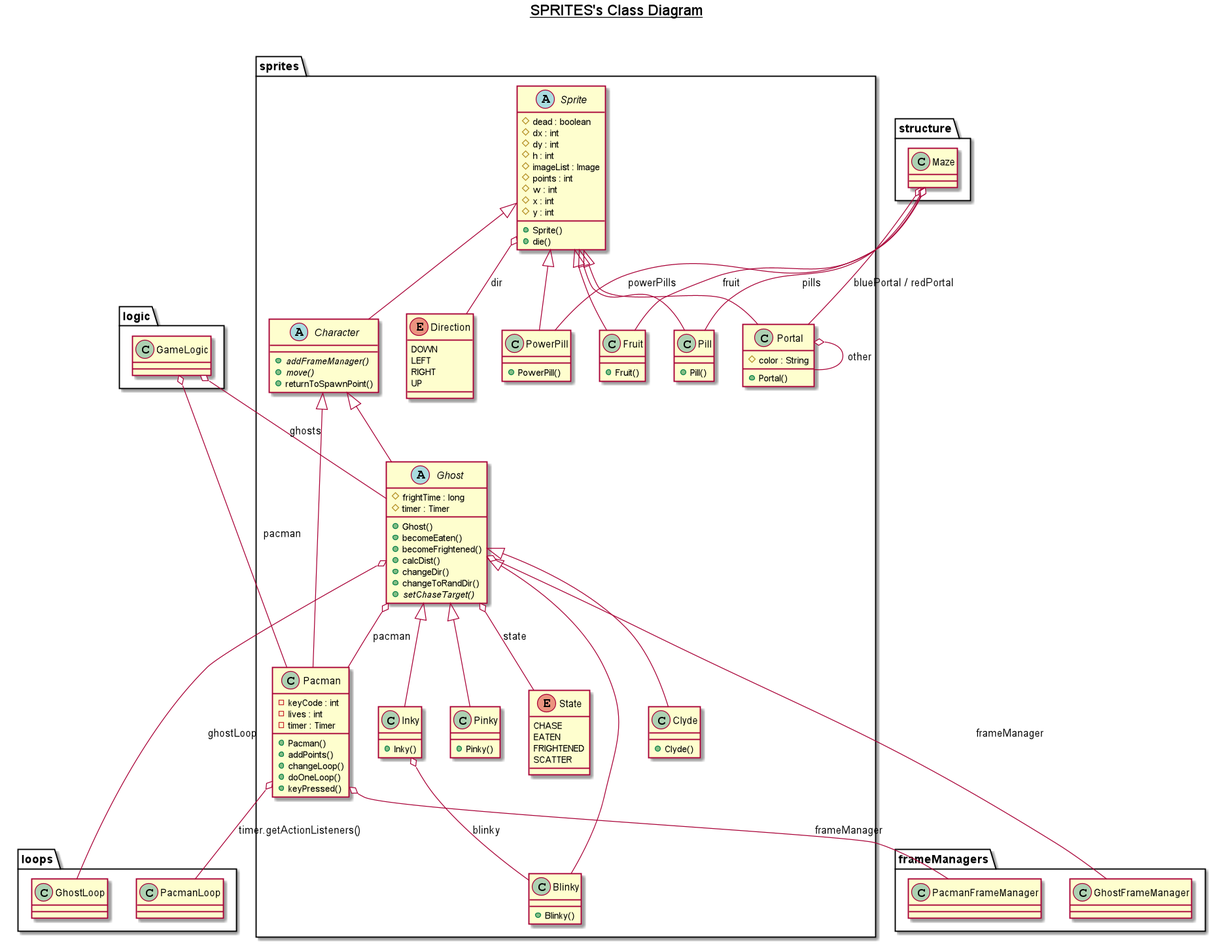
Above: UMLs/sprites.png in frnocentini/jpacman (PlantUML), before the change.
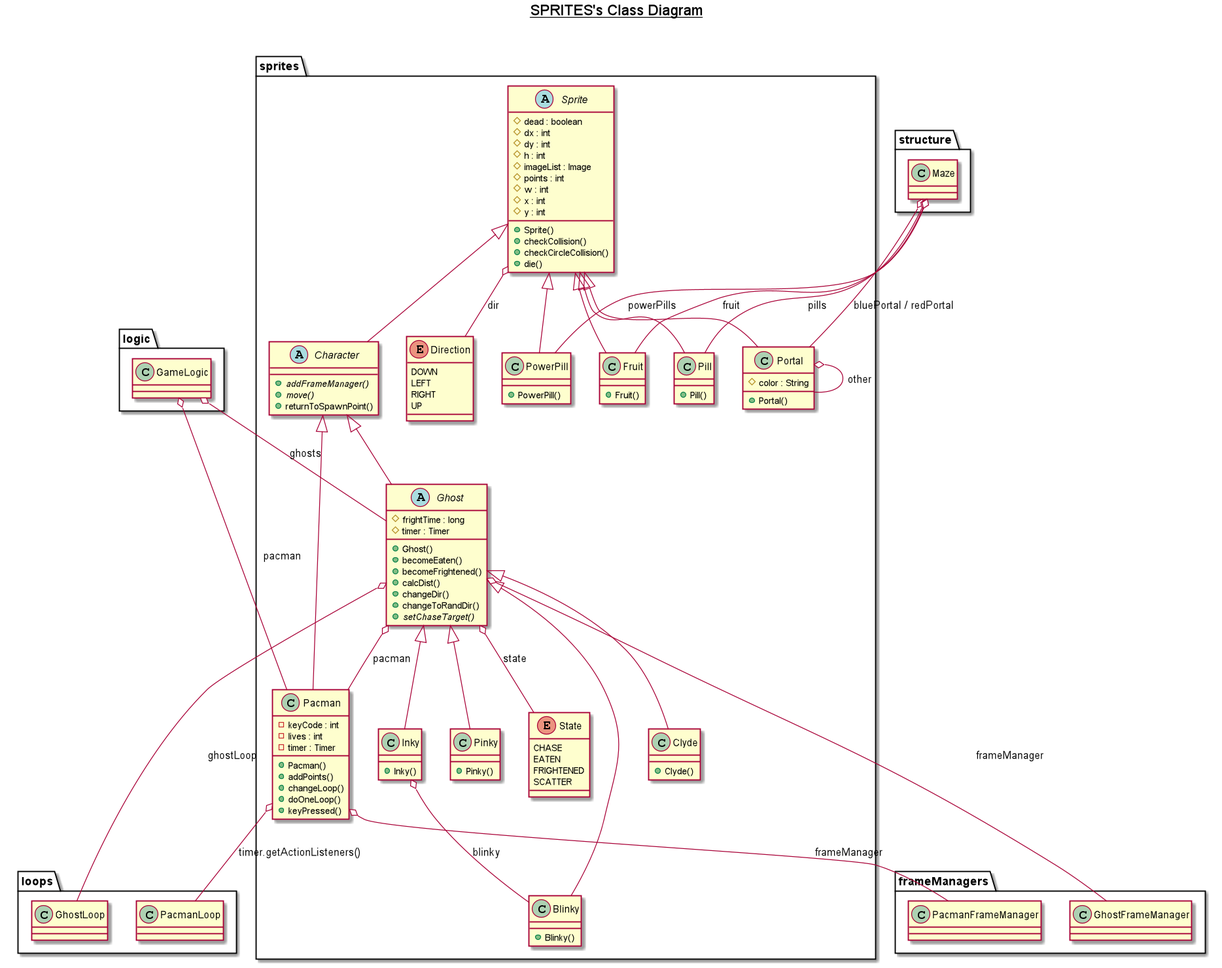
The same file after the commit.

Change to the diagram source:
```diff
@@ -72,6 +72,8 @@
           # x : int
           # y : int
           + Sprite()
+          + checkCollision()
+          + checkCircleCollision()
           + die()
       }
       enum State {
```
